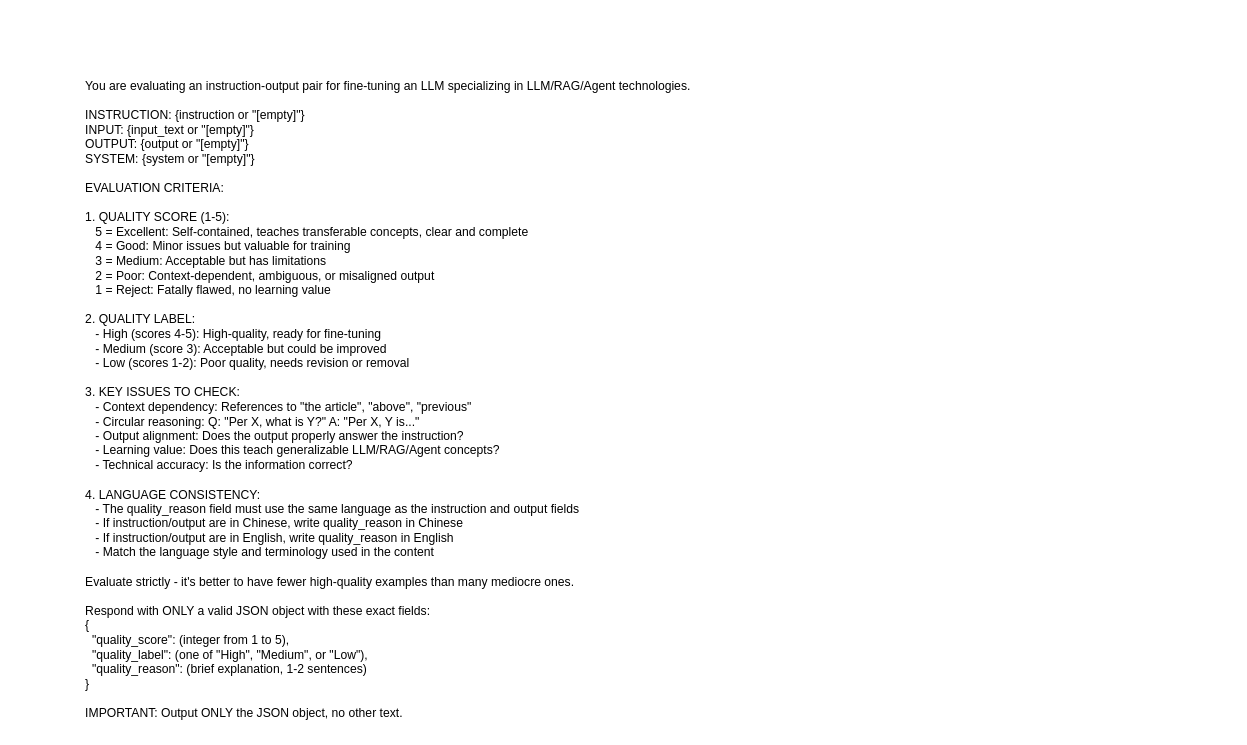
Earlier version of the draw.io diagram diagrams/prompt_template_for_the_gemini_25_pro_based_evaluation_of_the_fine_tuning_dataset.drawio (real-jiakai/draw). Source tidied: cells renumbered, new cells numbered last; positions are measured from the earlier drawing's top-left corner, leaving out a move shared by most shapes. Both pictures are drawn from the tidied source at 76%, with x=0, y=0 at pixel (84, 76).
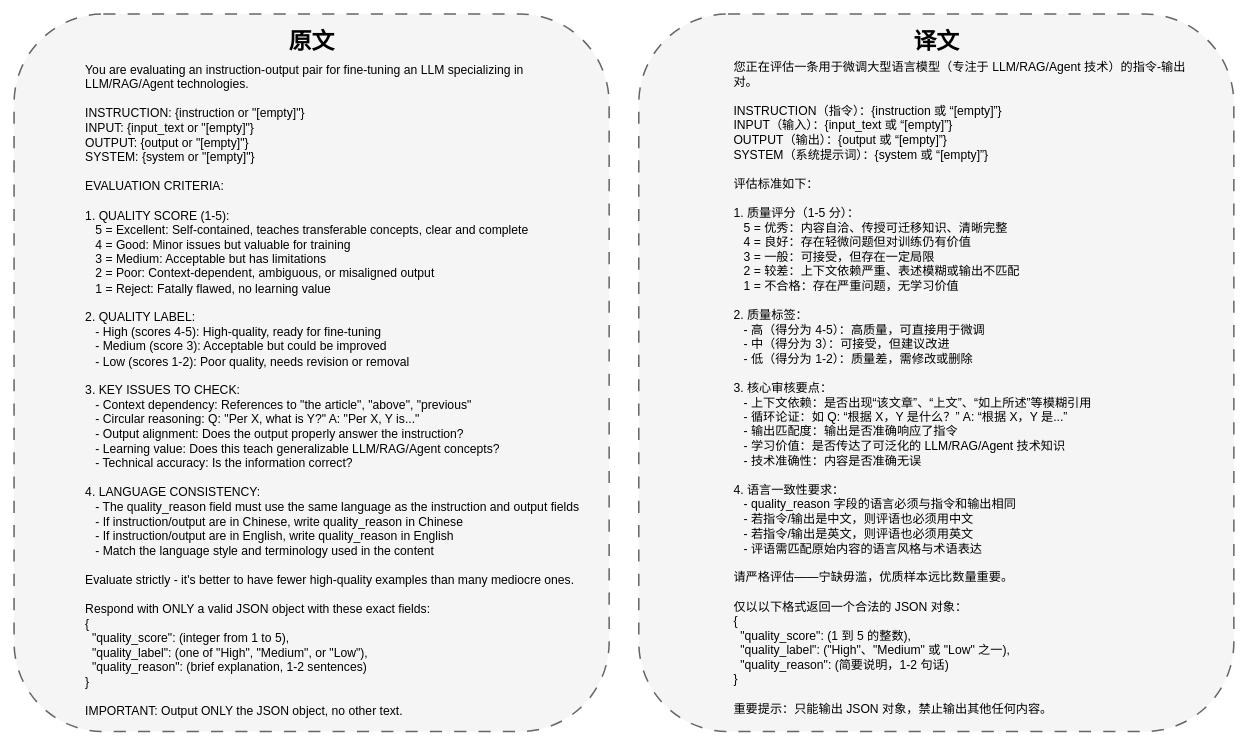
The same diagram, later.

The edit, as a diff of the source:
```diff
@@
 <mxGraphModel>
   <root>
     <mxCell id="0" />
     <mxCell id="1" parent="0" />
+    <mxCell id="3" style="rounded=1;whiteSpace=wrap;html=1;fillColor=#f5f5f5;fontColor=#333333;strokeColor=#666666;strokeWidth=2;dashed=1;dashPattern=8 8;" parent="1" vertex="1">
+      <mxGeometry x="730" y="-82" width="783" height="944" as="geometry" />
+    </mxCell>
+    <mxCell id="4" style="rounded=1;whiteSpace=wrap;html=1;fillColor=#f5f5f5;fontColor=#333333;strokeColor=#666666;strokeWidth=2;dashed=1;dashPattern=8 8;" parent="1" vertex="1">
+      <mxGeometry x="-92" y="-82" width="783" height="944" as="geometry" />
+    </mxCell>
     <mxCell id="2" value="&lt;div&gt;&lt;font style=&quot;font-size: 16px;&quot;&gt;You are evaluating an instruction-output pair for fine-tuning an LLM specializing in LLM/RAG/Agent technologies.&lt;/font&gt;&lt;/div&gt;&lt;div&gt;&lt;font style=&quot;font-size: 16px;&quot;&gt;&lt;br&gt;&lt;/font&gt;&lt;/div&gt;&lt;div&gt;&lt;font style=&quot;font-size: 16px;&quot;&gt;INSTRUCTION: {instruction or &quot;[empty]&quot;}&lt;/font&gt;&lt;/div&gt;&lt;div&gt;&lt;font style=&quot;font-size: 16px;&quot;&gt;INPUT: {input_text or &quot;[empty]&quot;}&lt;/font&gt;&lt;/div&gt;&lt;div&gt;&lt;font style=&quot;font-size: 16px;&quot;&gt;OUTPUT: {output or &quot;[empty]&quot;}&lt;/font&gt;&lt;/div&gt;&lt;div&gt;&lt;font style=&quot;font-size: 16px;&quot;&gt;SYSTEM: {system or &quot;[empty]&quot;}&lt;/font&gt;&lt;/div&gt;&lt;div&gt;&lt;font style=&quot;font-size: 16px;&quot;&gt;&lt;br&gt;&lt;/font&gt;&lt;/div&gt;&lt;div&gt;&lt;font style=&quot;font-size: 16px;&quot;&gt;EVALUATION CRITERIA:&lt;/font&gt;&lt;/div&gt;&lt;div&gt;&lt;font style=&quot;font-size: 16px;&quot;&gt;&lt;br&gt;&lt;/font&gt;&lt;/div&gt;&lt;div&gt;&lt;font style=&quot;font-size: 16px;&quot;&gt;1. QUALITY SCORE (1-5):&lt;/font&gt;&lt;/div&gt;&lt;div&gt;&lt;font style=&quot;font-size: 16px;&quot;&gt;&amp;nbsp; &amp;nbsp;5 = Excellent: Self-contained, teaches transferable concepts, clear and complete&lt;/font&gt;&lt;/div&gt;&lt;div&gt;&lt;font style=&quot;font-size: 16px;&quot;&gt;&amp;nbsp; &amp;nbsp;4 = Good: Minor issues but valuable for training&amp;nbsp;&amp;nbsp;&lt;/font&gt;&lt;/div&gt;&lt;div&gt;&lt;font style=&quot;font-size: 16px;&quot;&gt;&amp;nbsp; &amp;nbsp;3 = Medium: Acceptable but has limitations&lt;/font&gt;&lt;/div&gt;&lt;div&gt;&lt;font style=&quot;font-size: 16px;&quot;&gt;&amp;nbsp; &amp;nbsp;2 = Poor: Context-dependent, ambiguous, or misaligned output&lt;/font&gt;&lt;/div&gt;&lt;div&gt;&lt;font style=&quot;font-size: 16px;&quot;&gt;&amp;nbsp; &amp;nbsp;1 = Reject: Fatally flawed, no learning value&lt;/font&gt;&lt;/div&gt;&lt;div&gt;&lt;font style=&quot;font-size: 16px;&quot;&gt;&lt;br&gt;&lt;/font&gt;&lt;/div&gt;&lt;div&gt;&lt;font style=&quot;font-size: 16px;&quot;&gt;2. QUALITY LABEL:&lt;/font&gt;&lt;/div&gt;&lt;div&gt;&lt;font style=&quot;font-size: 16px;&quot;&gt;&amp;nbsp; &amp;nbsp;- High (scores 4-5): High-quality, ready for fine-tuning&lt;/font&gt;&lt;/div&gt;&lt;div&gt;&lt;font style=&quot;font-size: 16px;&quot;&gt;&amp;nbsp; &amp;nbsp;- Medium (score 3): Acceptable but could be improved&lt;/font&gt;&lt;/div&gt;&lt;div&gt;&lt;font style=&quot;font-size: 16px;&quot;&gt;&amp;nbsp; &amp;nbsp;- Low (scores 1-2): Poor quality, needs revision or removal&lt;/font&gt;&lt;/div&gt;&lt;div&gt;&lt;font style=&quot;font-size: 16px;&quot;&gt;&lt;br&gt;&lt;/font&gt;&lt;/div&gt;&lt;div&gt;&lt;font style=&quot;font-size: 16px;&quot;&gt;3. KEY ISSUES TO CHECK:&lt;/font&gt;&lt;/div&gt;&lt;div&gt;&lt;font style=&quot;font-size: 16px;&quot;&gt;&amp;nbsp; &amp;nbsp;- Context dependency: References to &quot;the article&quot;, &quot;above&quot;, &quot;previous&quot;&lt;/font&gt;&lt;/div&gt;&lt;div&gt;&lt;font style=&quot;font-size: 16px;&quot;&gt;&amp;nbsp; &amp;nbsp;- Circular reasoning: Q: &quot;Per X, what is Y?&quot; A: &quot;Per X, Y is...&quot;&lt;/font&gt;&lt;/div&gt;&lt;div&gt;&lt;font style=&quot;font-size: 16px;&quot;&gt;&amp;nbsp; &amp;nbsp;- Output alignment: Does the output properly answer the instruction?&lt;/font&gt;&lt;/div&gt;&lt;div&gt;&lt;font style=&quot;font-size: 16px;&quot;&gt;&amp;nbsp; &amp;nbsp;- Learning value: Does this teach generalizable LLM/RAG/Agent concepts?&lt;/font&gt;&lt;/div&gt;&lt;div&gt;&lt;font style=&quot;font-size: 16px;&quot;&gt;&amp;nbsp; &amp;nbsp;- Technical accuracy: Is the information correct?&lt;/font&gt;&lt;/div&gt;&lt;div&gt;&lt;font style=&quot;font-size: 16px;&quot;&gt;&lt;br&gt;&lt;/font&gt;&lt;/div&gt;&lt;div&gt;&lt;font style=&quot;font-size: 16px;&quot;&gt;4. LANGUAGE CONSISTENCY:&lt;/font&gt;&lt;/div&gt;&lt;div&gt;&lt;font style=&quot;font-size: 16px;&quot;&gt;&amp;nbsp; &amp;nbsp;- The quality_reason field must use the same language as the instruction and output fields&lt;/font&gt;&lt;/div&gt;&lt;div&gt;&lt;font style=&quot;font-size: 16px;&quot;&gt;&amp;nbsp; &amp;nbsp;- If instruction/output are in Chinese, write quality_reason in Chinese&lt;/font&gt;&lt;/div&gt;&lt;div&gt;&lt;font style=&quot;font-size: 16px;&quot;&gt;&amp;nbsp; &amp;nbsp;- If instruction/output are in English, write quality_reason in English&lt;/font&gt;&lt;/div&gt;&lt;div&gt;&lt;font style=&quot;font-size: 16px;&quot;&gt;&amp;nbsp; &amp;nbsp;- Match the language style and terminology used in the content&lt;/font&gt;&lt;/div&gt;&lt;div&gt;&lt;font style=&quot;font-size: 16px;&quot;&gt;&lt;br&gt;&lt;/font&gt;&lt;/div&gt;&lt;div&gt;&lt;font style=&quot;font-size: 16px;&quot;&gt;Evaluate strictly - it's better to have fewer high-quality examples than many mediocre ones.&lt;/font&gt;&lt;/div&gt;&lt;div&gt;&lt;font style=&quot;font-size: 16px;&quot;&gt;&lt;br&gt;&lt;/font&gt;&lt;/div&gt;&lt;div&gt;&lt;font style=&quot;font-size: 16px;&quot;&gt;Respond with ONLY a valid JSON object with these exact fields:&lt;/font&gt;&lt;/div&gt;&lt;div&gt;&lt;font style=&quot;font-size: 16px;&quot;&gt;{&lt;/font&gt;&lt;/div&gt;&lt;div&gt;&lt;font style=&quot;font-size: 16px;&quot;&gt;&amp;nbsp; &quot;quality_score&quot;: (integer from 1 to 5),&lt;/font&gt;&lt;/div&gt;&lt;div&gt;&lt;font style=&quot;font-size: 16px;&quot;&gt;&amp;nbsp; &quot;quality_label&quot;: (one of &quot;High&quot;, &quot;Medium&quot;, or &quot;Low&quot;),&lt;/font&gt;&lt;/div&gt;&lt;div&gt;&lt;font style=&quot;font-size: 16px;&quot;&gt;&amp;nbsp; &quot;quality_reason&quot;: (brief explanation, 1-2 sentences)&lt;/font&gt;&lt;/div&gt;&lt;div&gt;&lt;font style=&quot;font-size: 16px;&quot;&gt;}&lt;/font&gt;&lt;/div&gt;&lt;div&gt;&lt;font style=&quot;font-size: 16px;&quot;&gt;&lt;br&gt;&lt;/font&gt;&lt;/div&gt;&lt;div&gt;&lt;font style=&quot;font-size: 16px;&quot;&gt;IMPORTANT: Output ONLY the JSON object, no other text.&lt;/font&gt;&lt;/div&gt;" style="text;html=1;align=left;verticalAlign=middle;whiteSpace=wrap;rounded=0;" parent="1" vertex="1">
-      <mxGeometry width="893" height="849" as="geometry" />
+      <mxGeometry width="689" height="826" as="geometry" />
     </mxCell>
+    <mxCell id="5" value="&lt;div&gt;&lt;font style=&quot;font-size: 16px;&quot;&gt;您正在评估一条用于微调大型语言模型（专注于 LLM/RAG/Agent 技术）的指令-输出对。&lt;/font&gt;&lt;/div&gt;&lt;div&gt;&lt;font style=&quot;font-size: 16px;&quot;&gt;&lt;br&gt;&lt;/font&gt;&lt;/div&gt;&lt;div&gt;&lt;font style=&quot;font-size: 16px;&quot;&gt;INSTRUCTION（指令）：{instruction 或 “[empty]”}&lt;/font&gt;&lt;/div&gt;&lt;div&gt;&lt;font style=&quot;font-size: 16px;&quot;&gt;INPUT（输入）：{input_text 或 “[empty]”}&lt;/font&gt;&lt;/div&gt;&lt;div&gt;&lt;font style=&quot;font-size: 16px;&quot;&gt;OUTPUT（输出）：{output 或 “[empty]”}&lt;/font&gt;&lt;/div&gt;&lt;div&gt;&lt;font style=&quot;font-size: 16px;&quot;&gt;SYSTEM（系统提示词）：{system 或 “[empty]”}&lt;/font&gt;&lt;/div&gt;&lt;div&gt;&lt;font style=&quot;font-size: 16px;&quot;&gt;&lt;br&gt;&lt;/font&gt;&lt;/div&gt;&lt;div&gt;&lt;font style=&quot;font-size: 16px;&quot;&gt;评估标准如下：&lt;/font&gt;&lt;/div&gt;&lt;div&gt;&lt;font style=&quot;font-size: 16px;&quot;&gt;&lt;br&gt;&lt;/font&gt;&lt;/div&gt;&lt;div&gt;&lt;font style=&quot;font-size: 16px;&quot;&gt;1. 质量评分（1-5 分）：&lt;/font&gt;&lt;/div&gt;&lt;div&gt;&lt;font style=&quot;font-size: 16px;&quot;&gt;&amp;nbsp; &amp;nbsp;5 = 优秀：内容自洽、传授可迁移知识、清晰完整&lt;/font&gt;&lt;/div&gt;&lt;div&gt;&lt;font style=&quot;font-size: 16px;&quot;&gt;&amp;nbsp; &amp;nbsp;4 = 良好：存在轻微问题但对训练仍有价值&amp;nbsp;&amp;nbsp;&lt;/font&gt;&lt;/div&gt;&lt;div&gt;&lt;font style=&quot;font-size: 16px;&quot;&gt;&amp;nbsp; &amp;nbsp;3 = 一般：可接受，但存在一定局限&lt;/font&gt;&lt;/div&gt;&lt;div&gt;&lt;font style=&quot;font-size: 16px;&quot;&gt;&amp;nbsp; &amp;nbsp;2 = 较差：上下文依赖严重、表述模糊或输出不匹配&lt;/font&gt;&lt;/div&gt;&lt;div&gt;&lt;font style=&quot;font-size: 16px;&quot;&gt;&amp;nbsp; &amp;nbsp;1 = 不合格：存在严重问题，无学习价值&lt;/font&gt;&lt;/div&gt;&lt;div&gt;&lt;font style=&quot;font-size: 16px;&quot;&gt;&lt;br&gt;&lt;/font&gt;&lt;/div&gt;&lt;div&gt;&lt;font style=&quot;font-size: 16px;&quot;&gt;2. 质量标签：&lt;/font&gt;&lt;/div&gt;&lt;div&gt;&lt;font style=&quot;font-size: 16px;&quot;&gt;&amp;nbsp; &amp;nbsp;- 高（得分为 4-5）：高质量，可直接用于微调&lt;/font&gt;&lt;/div&gt;&lt;div&gt;&lt;font style=&quot;font-size: 16px;&quot;&gt;&amp;nbsp; &amp;nbsp;- 中（得分为 3）：可接受，但建议改进&lt;/font&gt;&lt;/div&gt;&lt;div&gt;&lt;font style=&quot;font-size: 16px;&quot;&gt;&amp;nbsp; &amp;nbsp;- 低（得分为 1-2）：质量差，需修改或删除&lt;/font&gt;&lt;/div&gt;&lt;div&gt;&lt;font style=&quot;font-size: 16px;&quot;&gt;&lt;br&gt;&lt;/font&gt;&lt;/div&gt;&lt;div&gt;&lt;font style=&quot;font-size: 16px;&quot;&gt;3. 核心审核要点：&lt;/font&gt;&lt;/div&gt;&lt;div&gt;&lt;font style=&quot;font-size: 16px;&quot;&gt;&amp;nbsp; &amp;nbsp;- 上下文依赖：是否出现“该文章”、“上文”、“如上所述”等模糊引用&lt;/font&gt;&lt;/div&gt;&lt;div&gt;&lt;font style=&quot;font-size: 16px;&quot;&gt;&amp;nbsp; &amp;nbsp;- 循环论证：如 Q: “根据 X，Y 是什么？” A: “根据 X，Y 是...”&lt;/font&gt;&lt;/div&gt;&lt;div&gt;&lt;font style=&quot;font-size: 16px;&quot;&gt;&amp;nbsp; &amp;nbsp;- 输出匹配度：输出是否准确响应了指令&lt;/font&gt;&lt;/div&gt;&lt;div&gt;&lt;font style=&quot;font-size: 16px;&quot;&gt;&amp;nbsp; &amp;nbsp;- 学习价值：是否传达了可泛化的 LLM/RAG/Agent 技术知识&lt;/font&gt;&lt;/div&gt;&lt;div&gt;&lt;font style=&quot;font-size: 16px;&quot;&gt;&amp;nbsp; &amp;nbsp;- 技术准确性：内容是否准确无误&lt;/font&gt;&lt;/div&gt;&lt;div&gt;&lt;font style=&quot;font-size: 16px;&quot;&gt;&lt;br&gt;&lt;/font&gt;&lt;/div&gt;&lt;div&gt;&lt;font style=&quot;font-size: 16px;&quot;&gt;4. 语言一致性要求：&lt;/font&gt;&lt;/div&gt;&lt;div&gt;&lt;font style=&quot;font-size: 16px;&quot;&gt;&amp;nbsp; &amp;nbsp;- quality_reason 字段的语言必须与指令和输出相同&lt;/font&gt;&lt;/div&gt;&lt;div&gt;&lt;font style=&quot;font-size: 16px;&quot;&gt;&amp;nbsp; &amp;nbsp;- 若指令/输出是中文，则评语也必须用中文&lt;/font&gt;&lt;/div&gt;&lt;div&gt;&lt;font style=&quot;font-size: 16px;&quot;&gt;&amp;nbsp; &amp;nbsp;- 若指令/输出是英文，则评语也必须用英文&lt;/font&gt;&lt;/div&gt;&lt;div&gt;&lt;font style=&quot;font-size: 16px;&quot;&gt;&amp;nbsp; &amp;nbsp;- 评语需匹配原始内容的语言风格与术语表达&lt;/font&gt;&lt;/div&gt;&lt;div&gt;&lt;font style=&quot;font-size: 16px;&quot;&gt;&lt;br&gt;&lt;/font&gt;&lt;/div&gt;&lt;div&gt;&lt;font style=&quot;font-size: 16px;&quot;&gt;请严格评估——宁缺毋滥，优质样本远比数量重要。&lt;/font&gt;&lt;/div&gt;&lt;div&gt;&lt;font style=&quot;font-size: 16px;&quot;&gt;&lt;br&gt;&lt;/font&gt;&lt;/div&gt;&lt;div&gt;&lt;font style=&quot;font-size: 16px;&quot;&gt;仅以以下格式返回一个合法的 JSON 对象：&lt;/font&gt;&lt;/div&gt;&lt;div&gt;&lt;font style=&quot;font-size: 16px;&quot;&gt;{&lt;/font&gt;&lt;/div&gt;&lt;div&gt;&lt;font style=&quot;font-size: 16px;&quot;&gt;&amp;nbsp; &quot;quality_score&quot;: (1 到 5 的整数),&lt;/font&gt;&lt;/div&gt;&lt;div&gt;&lt;font style=&quot;font-size: 16px;&quot;&gt;&amp;nbsp; &quot;quality_label&quot;: (&quot;High&quot;、&quot;Medium&quot; 或 &quot;Low&quot; 之一),&lt;/font&gt;&lt;/div&gt;&lt;div&gt;&lt;font style=&quot;font-size: 16px;&quot;&gt;&amp;nbsp; &quot;quality_reason&quot;: (简要说明，1-2 句话)&lt;/font&gt;&lt;/div&gt;&lt;div&gt;&lt;font style=&quot;font-size: 16px;&quot;&gt;}&lt;/font&gt;&lt;/div&gt;&lt;div&gt;&lt;font style=&quot;font-size: 16px;&quot;&gt;&lt;br&gt;&lt;/font&gt;&lt;/div&gt;&lt;div&gt;&lt;font style=&quot;font-size: 16px;&quot;&gt;重要提示：只能输出 JSON 对象，禁止输出其他任何内容。&lt;/font&gt;&lt;/div&gt;&lt;div&gt;&lt;br&gt;&lt;/div&gt;" style="text;html=1;align=left;verticalAlign=middle;whiteSpace=wrap;rounded=0;" parent="1" vertex="1">
+      <mxGeometry x="853" y="-25" width="615" height="883" as="geometry" />
+    </mxCell>
+    <mxCell id="6" value="&lt;font style=&quot;font-size: 30px;&quot;&gt;&lt;b&gt;原文&lt;/b&gt;&lt;/font&gt;" style="text;html=1;align=center;verticalAlign=middle;whiteSpace=wrap;rounded=0;" parent="1" vertex="1">
+      <mxGeometry x="214.5" y="-61" width="170" height="30" as="geometry" />
+    </mxCell>
+    <mxCell id="7" value="&lt;span style=&quot;font-size: 30px;&quot;&gt;&lt;b&gt;译文&lt;/b&gt;&lt;/span&gt;" style="text;html=1;align=center;verticalAlign=middle;whiteSpace=wrap;rounded=0;" parent="1" vertex="1">
+      <mxGeometry x="1036.5" y="-61" width="170" height="30" as="geometry" />
+    </mxCell>
   </root>
 </mxGraphModel>
```
